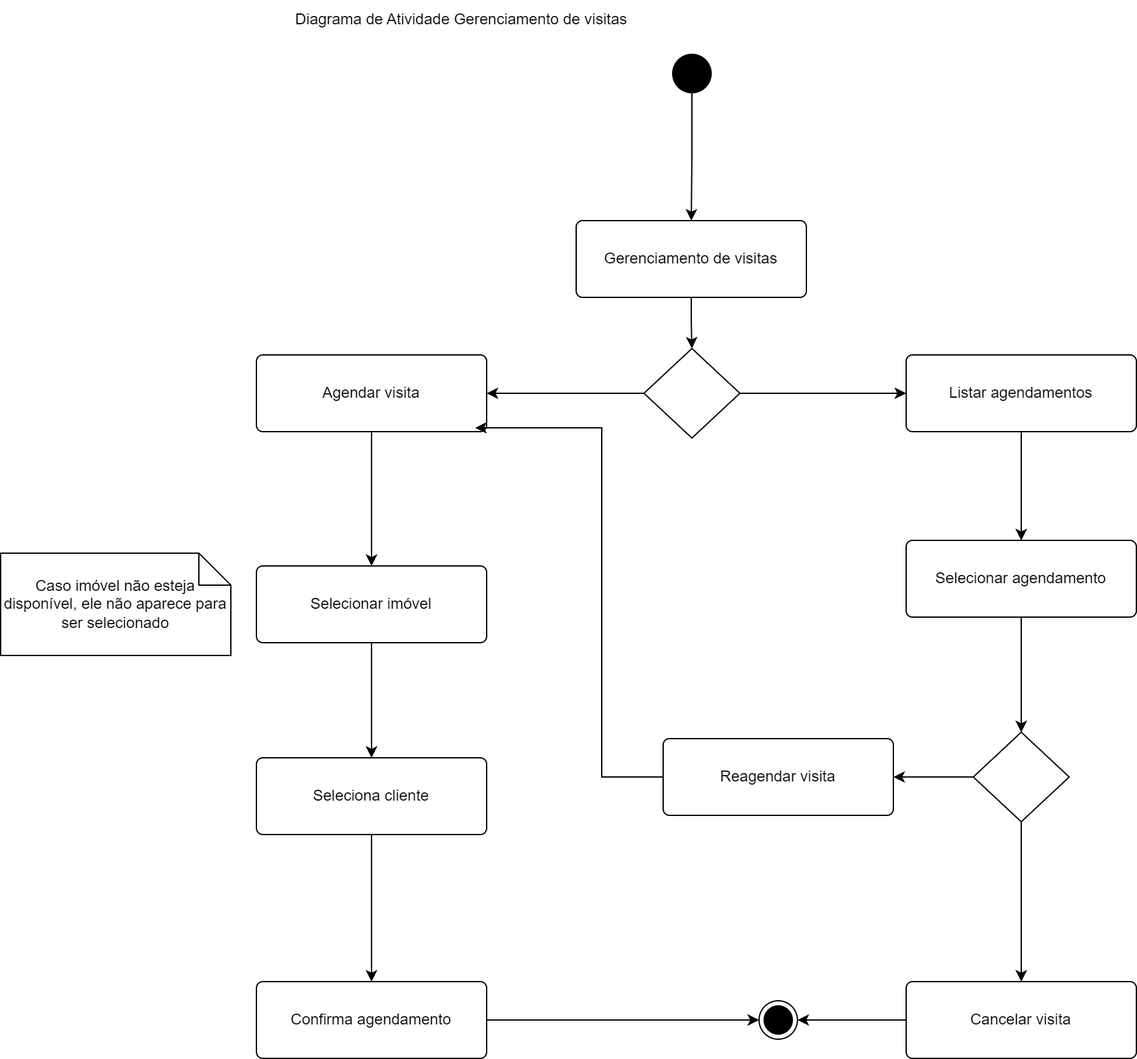
This is Diagramas/atividades/png/atv_visitas.drawio.png from israel-bsi/realtyhub, a draw.io export, as it was before one commit. Source tidied: cells renumbered, new cells last; positions are measured from the earlier drawing's top-left corner, leaving out a move shared by most shapes.
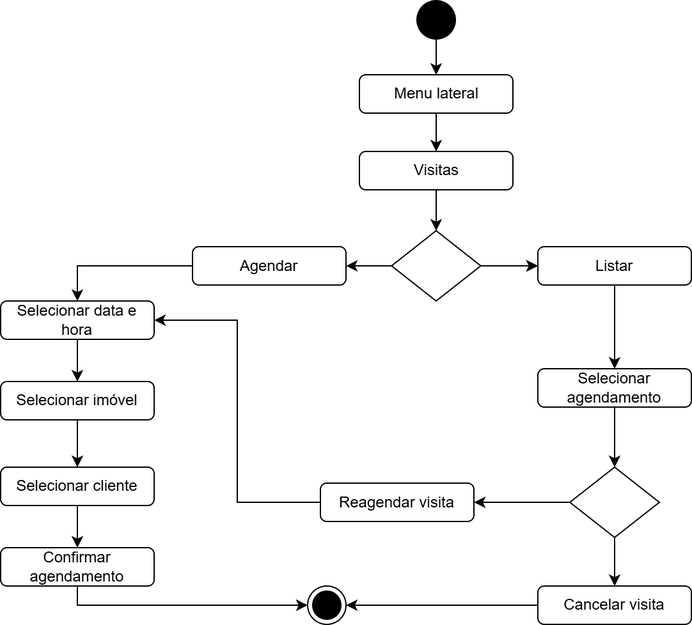
The same diagram one commit later.

Diff of the diagram source:
```diff
@@ -2,97 +2,105 @@
   <root>
     <mxCell id="0" />
     <mxCell id="1" parent="0" />
-    <mxCell id="2" style="edgeStyle=orthogonalEdgeStyle;rounded=0;jettySize=auto;html=1;entryX=0.5;entryY=0;entryDx=0;entryDy=0;" parent="1" edge="1" source="3" target="6">
-      <mxGeometry relative="1" as="geometry" />
-    </mxCell>
-    <mxCell id="3" value="Gerenciamento de visitas&lt;div&gt;&lt;/div&gt;" style="html=1;align=center;verticalAlign=middle;rounded=1;absoluteArcSize=1;arcSize=10;dashed=0;whiteSpace=wrap;" parent="1" vertex="1">
-      <mxGeometry x="450" y="172" width="180" height="60" as="geometry" />
-    </mxCell>
-    <mxCell id="4" style="edgeStyle=orthogonalEdgeStyle;rounded=0;jettySize=auto;html=1;entryX=0;entryY=0.5;entryDx=0;entryDy=0;" parent="1" edge="1" source="6" target="13">
-      <mxGeometry relative="1" as="geometry" />
-    </mxCell>
-    <mxCell id="5" style="edgeStyle=orthogonalEdgeStyle;rounded=0;jettySize=auto;html=1;entryX=1;entryY=0.5;entryDx=0;entryDy=0;" parent="1" edge="1" source="6" target="8">
-      <mxGeometry relative="1" as="geometry" />
-    </mxCell>
-    <mxCell id="6" style="rhombus;" parent="1" vertex="1">
-      <mxGeometry x="503" y="272" width="75" height="70" as="geometry" />
-    </mxCell>
-    <mxCell id="7" style="edgeStyle=orthogonalEdgeStyle;rounded=0;jettySize=auto;html=1;entryX=0.5;entryY=0;entryDx=0;entryDy=0;" parent="1" edge="1" source="8" target="23">
-      <mxGeometry relative="1" as="geometry" />
-    </mxCell>
-    <mxCell id="8" value="&lt;div&gt;Agendar visita&lt;/div&gt;&lt;div&gt;&lt;/div&gt;" style="html=1;align=center;verticalAlign=middle;rounded=1;absoluteArcSize=1;arcSize=10;dashed=0;whiteSpace=wrap;" parent="1" vertex="1">
-      <mxGeometry x="200" y="277" width="180" height="60" as="geometry" />
-    </mxCell>
-    <mxCell id="9" style="edgeStyle=orthogonalEdgeStyle;rounded=0;jettySize=auto;html=1;entryX=0.5;entryY=0;entryDx=0;entryDy=0;" parent="1" edge="1" source="10" target="3">
-      <mxGeometry relative="1" as="geometry" />
-    </mxCell>
-    <mxCell id="10" style="ellipse;fillColor=strokeColor;html=1;" parent="1" vertex="1">
-      <mxGeometry x="525.5" y="42" width="30" height="30" as="geometry" />
-    </mxCell>
-    <mxCell id="11" value="Diagrama de Atividade Gerenciamento de visitas" style="text;html=1;align=center;verticalAlign=middle;strokeColor=none;fillColor=none;" parent="1" vertex="1">
-      <mxGeometry x="220" width="280" height="30" as="geometry" />
-    </mxCell>
-    <mxCell id="12" style="edgeStyle=orthogonalEdgeStyle;rounded=0;jettySize=auto;html=1;entryX=0.5;entryY=0;entryDx=0;entryDy=0;" parent="1" edge="1" source="13" target="21">
-      <mxGeometry relative="1" as="geometry" />
-    </mxCell>
-    <mxCell id="13" value="&lt;div&gt;&lt;span style=&quot;background-color: initial;&quot;&gt;Listar agendamentos&lt;/span&gt;&lt;br&gt;&lt;/div&gt;&lt;div&gt;&lt;/div&gt;" style="html=1;align=center;verticalAlign=middle;rounded=1;absoluteArcSize=1;arcSize=10;dashed=0;whiteSpace=wrap;" parent="1" vertex="1">
-      <mxGeometry x="708" y="277" width="180" height="60" as="geometry" />
-    </mxCell>
-    <mxCell id="14" style="edgeStyle=orthogonalEdgeStyle;rounded=0;jettySize=auto;html=1;entryX=1;entryY=0.5;entryDx=0;entryDy=0;" parent="1" edge="1" source="16" target="17">
-      <mxGeometry relative="1" as="geometry" />
-    </mxCell>
-    <mxCell id="15" style="edgeStyle=orthogonalEdgeStyle;rounded=0;jettySize=auto;html=1;entryX=0.5;entryY=0;entryDx=0;entryDy=0;" parent="1" edge="1" source="16" target="19">
-      <mxGeometry relative="1" as="geometry" />
-    </mxCell>
-    <mxCell id="16" style="rhombus;" parent="1" vertex="1">
-      <mxGeometry x="760.5" y="572" width="75" height="70" as="geometry" />
-    </mxCell>
+    <mxCell id="31" style="edgeStyle=orthogonalEdgeStyle;rounded=0;jettySize=auto;html=1;entryX=0.5;entryY=0;entryDx=0;entryDy=0;" parent="1" edge="1" source="32" target="56">
+      <mxGeometry relative="1" as="geometry" />
+    </mxCell>
+    <mxCell id="32" value="Menu lateral&lt;div&gt;&lt;/div&gt;" style="html=1;align=center;verticalAlign=middle;rounded=1;absoluteArcSize=1;arcSize=10;dashed=0;whiteSpace=wrap;" parent="1" vertex="1">
+      <mxGeometry x="1160.5" y="642" width="120" height="30" as="geometry" />
+    </mxCell>
+    <mxCell id="33" style="edgeStyle=orthogonalEdgeStyle;rounded=0;jettySize=auto;html=1;entryX=0;entryY=0.5;entryDx=0;entryDy=0;" parent="1" edge="1" source="36" target="42">
+      <mxGeometry relative="1" as="geometry" />
+    </mxCell>
+    <mxCell id="34" style="edgeStyle=orthogonalEdgeStyle;rounded=0;jettySize=auto;html=1;entryX=1;entryY=0.5;entryDx=0;entryDy=0;" parent="1" edge="1" source="36" target="38">
+      <mxGeometry relative="1" as="geometry" />
+    </mxCell>
+    <mxCell id="35" style="edgeStyle=orthogonalEdgeStyle;rounded=0;jettySize=auto;html=1;" parent="1" edge="1" source="36" target="42">
+      <mxGeometry relative="1" as="geometry" />
+    </mxCell>
+    <mxCell id="36" style="rhombus;" parent="1" vertex="1">
+      <mxGeometry x="1185.6" y="764" width="69.8" height="55" as="geometry" />
+    </mxCell>
+    <mxCell id="37" style="edgeStyle=orthogonalEdgeStyle;rounded=0;jettySize=auto;html=1;entryX=0.5;entryY=0;entryDx=0;entryDy=0;" parent="1" edge="1" source="38" target="58">
+      <mxGeometry relative="1" as="geometry" />
+    </mxCell>
+    <mxCell id="38" value="&lt;div&gt;Agendar&lt;/div&gt;&lt;div&gt;&lt;/div&gt;" style="html=1;align=center;verticalAlign=middle;rounded=1;absoluteArcSize=1;arcSize=10;dashed=0;whiteSpace=wrap;" parent="1" vertex="1">
+      <mxGeometry x="1030" y="776.5" width="120" height="30" as="geometry" />
+    </mxCell>
+    <mxCell id="39" style="edgeStyle=orthogonalEdgeStyle;rounded=0;jettySize=auto;html=1;entryX=0.5;entryY=0;entryDx=0;entryDy=0;" parent="1" edge="1" source="40" target="32">
+      <mxGeometry relative="1" as="geometry" />
+    </mxCell>
+    <mxCell id="40" style="ellipse;fillColor=strokeColor;html=1;" parent="1" vertex="1">
+      <mxGeometry x="1205.5" y="584" width="30" height="30" as="geometry" />
+    </mxCell>
+    <mxCell id="41" style="edgeStyle=orthogonalEdgeStyle;rounded=0;jettySize=auto;html=1;entryX=0.5;entryY=0;entryDx=0;entryDy=0;" parent="1" edge="1" source="42" target="21">
+      <mxGeometry relative="1" as="geometry" />
+    </mxCell>
+    <mxCell id="42" value="&lt;div&gt;&lt;span style=&quot;background-color: initial;&quot;&gt;Listar&lt;/span&gt;&lt;br&gt;&lt;/div&gt;&lt;div&gt;&lt;/div&gt;" style="html=1;align=center;verticalAlign=middle;rounded=1;absoluteArcSize=1;arcSize=10;dashed=0;whiteSpace=wrap;" parent="1" vertex="1">
+      <mxGeometry x="1300" y="776.5" width="120" height="30" as="geometry" />
+    </mxCell>
+    <mxCell id="43" style="edgeStyle=orthogonalEdgeStyle;rounded=0;jettySize=auto;html=1;entryX=1;entryY=0.5;entryDx=0;entryDy=0;" parent="1" edge="1" source="45" target="17">
+      <mxGeometry relative="1" as="geometry" />
+    </mxCell>
+    <mxCell id="44" style="edgeStyle=orthogonalEdgeStyle;rounded=0;jettySize=auto;html=1;entryX=0.5;entryY=0;entryDx=0;entryDy=0;" parent="1" edge="1" source="45" target="19">
+      <mxGeometry relative="1" as="geometry" />
+    </mxCell>
+    <mxCell id="45" style="rhombus;" parent="1" vertex="1">
+      <mxGeometry x="1325" y="949" width="70" height="55" as="geometry" />
+    </mxCell>
+    <mxCell id="46" style="edgeStyle=orthogonalEdgeStyle;rounded=0;jettySize=auto;html=1;entryX=1;entryY=0.5;entryDx=0;entryDy=0;" parent="1" edge="1" source="17" target="58">
+      <mxGeometry relative="1" as="geometry" />
+    </mxCell>
     <mxCell id="17" value="&lt;div&gt;Reagendar visita&lt;/div&gt;&lt;div&gt;&lt;/div&gt;" style="html=1;align=center;verticalAlign=middle;rounded=1;absoluteArcSize=1;arcSize=10;dashed=0;whiteSpace=wrap;" parent="1" vertex="1">
-      <mxGeometry x="518" y="577" width="180" height="60" as="geometry" />
+      <mxGeometry x="1130" y="961.5" width="120" height="30" as="geometry" />
     </mxCell>
-    <mxCell id="18" style="edgeStyle=orthogonalEdgeStyle;rounded=0;jettySize=auto;html=1;entryX=1;entryY=0.5;entryDx=0;entryDy=0;" parent="1" edge="1" source="19" target="26">
-      <mxGeometry relative="1" as="geometry" />
-    </mxCell>
+    <mxCell id="47" style="edgeStyle=orthogonalEdgeStyle;rounded=0;jettySize=auto;html=1;entryX=1;entryY=0.5;entryDx=0;entryDy=0;" parent="1" edge="1" source="19" target="52">
+      <mxGeometry relative="1" as="geometry" />
+    </mxCell>
     <mxCell id="19" value="&lt;div&gt;Cancelar visita&lt;/div&gt;&lt;div&gt;&lt;/div&gt;" style="html=1;align=center;verticalAlign=middle;rounded=1;absoluteArcSize=1;arcSize=10;dashed=0;whiteSpace=wrap;" parent="1" vertex="1">
-      <mxGeometry x="708" y="767" width="180" height="60" as="geometry" />
+      <mxGeometry x="1300" y="1042" width="120" height="30" as="geometry" />
     </mxCell>
-    <mxCell id="20" style="edgeStyle=orthogonalEdgeStyle;rounded=0;jettySize=auto;html=1;entryX=0.5;entryY=0;entryDx=0;entryDy=0;" parent="1" edge="1" source="21" target="16">
-      <mxGeometry relative="1" as="geometry" />
-    </mxCell>
+    <mxCell id="48" style="edgeStyle=orthogonalEdgeStyle;rounded=0;jettySize=auto;html=1;entryX=0.5;entryY=0;entryDx=0;entryDy=0;" parent="1" edge="1" source="21" target="45">
+      <mxGeometry relative="1" as="geometry" />
+    </mxCell>
     <mxCell id="21" value="&lt;div&gt;Selecionar agendamento&lt;/div&gt;&lt;div&gt;&lt;/div&gt;" style="html=1;align=center;verticalAlign=middle;rounded=1;absoluteArcSize=1;arcSize=10;dashed=0;whiteSpace=wrap;" parent="1" vertex="1">
-      <mxGeometry x="708" y="422" width="180" height="60" as="geometry" />
+      <mxGeometry x="1300" y="872" width="120" height="30" as="geometry" />
     </mxCell>
-    <mxCell id="22" style="edgeStyle=orthogonalEdgeStyle;rounded=0;jettySize=auto;html=1;" parent="1" edge="1" source="23" target="25">
-      <mxGeometry relative="1" as="geometry" />
-    </mxCell>
+    <mxCell id="49" style="edgeStyle=orthogonalEdgeStyle;rounded=0;jettySize=auto;html=1;" parent="1" edge="1" source="23" target="51">
+      <mxGeometry relative="1" as="geometry" />
+    </mxCell>
     <mxCell id="23" value="&lt;div&gt;Selecionar imóvel&lt;/div&gt;&lt;div&gt;&lt;/div&gt;" style="html=1;align=center;verticalAlign=middle;rounded=1;absoluteArcSize=1;arcSize=10;dashed=0;whiteSpace=wrap;" parent="1" vertex="1">
-      <mxGeometry x="200" y="442" width="180" height="60" as="geometry" />
+      <mxGeometry x="880" y="882" width="120" height="30" as="geometry" />
     </mxCell>
-    <mxCell id="24" style="edgeStyle=orthogonalEdgeStyle;rounded=0;jettySize=auto;html=1;entryX=0.5;entryY=0;entryDx=0;entryDy=0;" parent="1" edge="1" source="25" target="29">
-      <mxGeometry relative="1" as="geometry" />
-    </mxCell>
-    <mxCell id="25" value="&lt;div&gt;Seleciona cliente&lt;/div&gt;&lt;div&gt;&lt;/div&gt;" style="html=1;align=center;verticalAlign=middle;rounded=1;absoluteArcSize=1;arcSize=10;dashed=0;whiteSpace=wrap;" parent="1" vertex="1">
-      <mxGeometry x="200" y="592" width="180" height="60" as="geometry" />
-    </mxCell>
-    <mxCell id="26" style="ellipse;html=1;shape=endState;fillColor=strokeColor;" parent="1" vertex="1">
-      <mxGeometry x="593" y="782" width="30" height="30" as="geometry" />
-    </mxCell>
-    <mxCell id="27" value="Caso imóvel não esteja disponível, ele não aparece para ser selecionado" style="shape=note2;boundedLbl=1;whiteSpace=wrap;html=1;size=25;verticalAlign=middle;align=center;" parent="1" vertex="1">
-      <mxGeometry y="432" width="180" height="80" as="geometry" />
-    </mxCell>
-    <mxCell id="28" style="edgeStyle=orthogonalEdgeStyle;rounded=0;jettySize=auto;html=1;entryX=0;entryY=0.5;entryDx=0;entryDy=0;" parent="1" edge="1" source="29" target="26">
-      <mxGeometry relative="1" as="geometry" />
-    </mxCell>
-    <mxCell id="29" value="&lt;div&gt;Confirma agendamento&lt;/div&gt;&lt;div&gt;&lt;/div&gt;" style="html=1;align=center;verticalAlign=middle;rounded=1;absoluteArcSize=1;arcSize=10;dashed=0;whiteSpace=wrap;" parent="1" vertex="1">
-      <mxGeometry x="200" y="767" width="180" height="60" as="geometry" />
-    </mxCell>
-    <mxCell id="30" style="edgeStyle=orthogonalEdgeStyle;rounded=0;jettySize=auto;html=1;entryX=0.95;entryY=0.95;entryDx=0;entryDy=0;entryPerimeter=0;" parent="1" edge="1" source="17" target="8">
-      <mxGeometry relative="1" as="geometry">
-        <Array as="points">
-          <mxPoint x="470" y="607" />
-          <mxPoint x="470" y="334" />
-        </Array>
-      </mxGeometry>
-    </mxCell>
+    <mxCell id="50" style="edgeStyle=orthogonalEdgeStyle;rounded=0;jettySize=auto;html=1;entryX=0.5;entryY=0;entryDx=0;entryDy=0;" parent="1" edge="1" source="51" target="54">
+      <mxGeometry relative="1" as="geometry" />
+    </mxCell>
+    <mxCell id="51" value="&lt;div&gt;Selecionar cliente&lt;/div&gt;&lt;div&gt;&lt;/div&gt;" style="html=1;align=center;verticalAlign=middle;rounded=1;absoluteArcSize=1;arcSize=10;dashed=0;whiteSpace=wrap;" parent="1" vertex="1">
+      <mxGeometry x="880" y="949" width="120" height="30" as="geometry" />
+    </mxCell>
+    <mxCell id="52" style="ellipse;html=1;shape=endState;fillColor=strokeColor;" parent="1" vertex="1">
+      <mxGeometry x="1120" y="1042" width="30" height="30" as="geometry" />
+    </mxCell>
+    <mxCell id="53" style="edgeStyle=orthogonalEdgeStyle;rounded=0;jettySize=auto;html=1;entryX=0;entryY=0.5;entryDx=0;entryDy=0;" parent="1" edge="1" source="54" target="52">
+      <mxGeometry relative="1" as="geometry">
+        <Array as="points">
+          <mxPoint x="940" y="1057" />
+        </Array>
+      </mxGeometry>
+    </mxCell>
+    <mxCell id="54" value="&lt;div&gt;Confirmar agendamento&lt;/div&gt;&lt;div&gt;&lt;/div&gt;" style="html=1;align=center;verticalAlign=middle;rounded=1;absoluteArcSize=1;arcSize=10;dashed=0;whiteSpace=wrap;" parent="1" vertex="1">
+      <mxGeometry x="880" y="1012" width="120" height="30" as="geometry" />
+    </mxCell>
+    <mxCell id="55" style="edgeStyle=orthogonalEdgeStyle;rounded=0;jettySize=auto;html=1;entryX=0.5;entryY=0;entryDx=0;entryDy=0;" parent="1" edge="1" source="56" target="36">
+      <mxGeometry relative="1" as="geometry" />
+    </mxCell>
+    <mxCell id="56" value="Visitas&lt;div&gt;&lt;/div&gt;" style="html=1;align=center;verticalAlign=middle;rounded=1;absoluteArcSize=1;arcSize=10;dashed=0;whiteSpace=wrap;" parent="1" vertex="1">
+      <mxGeometry x="1160.5" y="702" width="120" height="30" as="geometry" />
+    </mxCell>
+    <mxCell id="57" style="edgeStyle=orthogonalEdgeStyle;rounded=0;jettySize=auto;html=1;entryX=0.5;entryY=0;entryDx=0;entryDy=0;" parent="1" edge="1" source="58" target="23">
+      <mxGeometry relative="1" as="geometry" />
+    </mxCell>
+    <mxCell id="58" value="&lt;div&gt;Selecionar data e hora&lt;/div&gt;&lt;div&gt;&lt;/div&gt;" style="html=1;align=center;verticalAlign=middle;rounded=1;absoluteArcSize=1;arcSize=10;dashed=0;whiteSpace=wrap;" parent="1" vertex="1">
+      <mxGeometry x="880" y="819" width="120" height="30" as="geometry" />
+    </mxCell>
   </root>
 </mxGraphModel>
```
